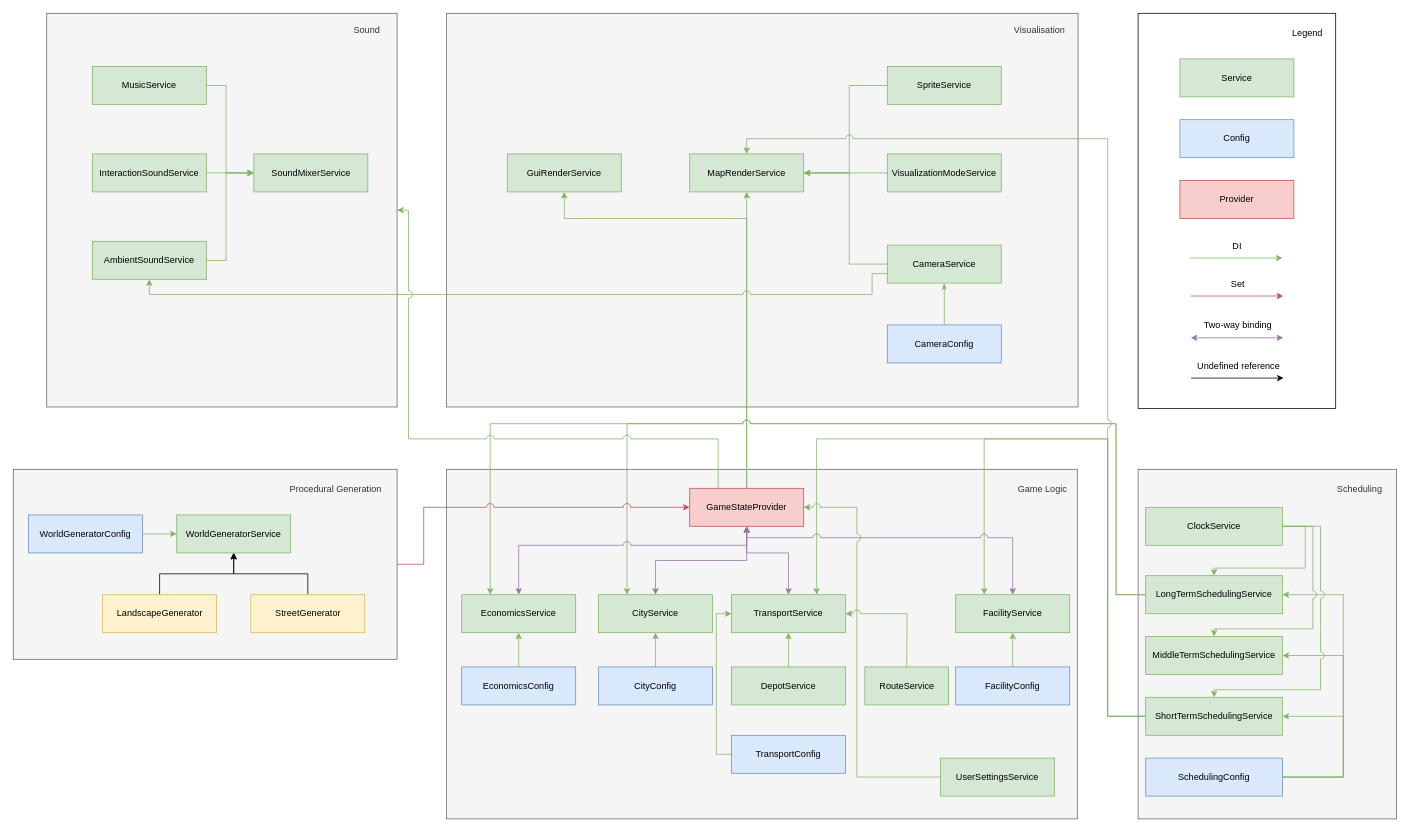
Before: uml/model.drawio in dinomintstudio/transportflow, a draw.io diagram. Source tidied: cells renumbered, new cells numbered last; positions are measured from the earlier drawing's top-left corner, leaving out a move shared by most shapes. Both pictures are drawn from the tidied source at 76%, with x=0, y=0 at pixel (13, 13).
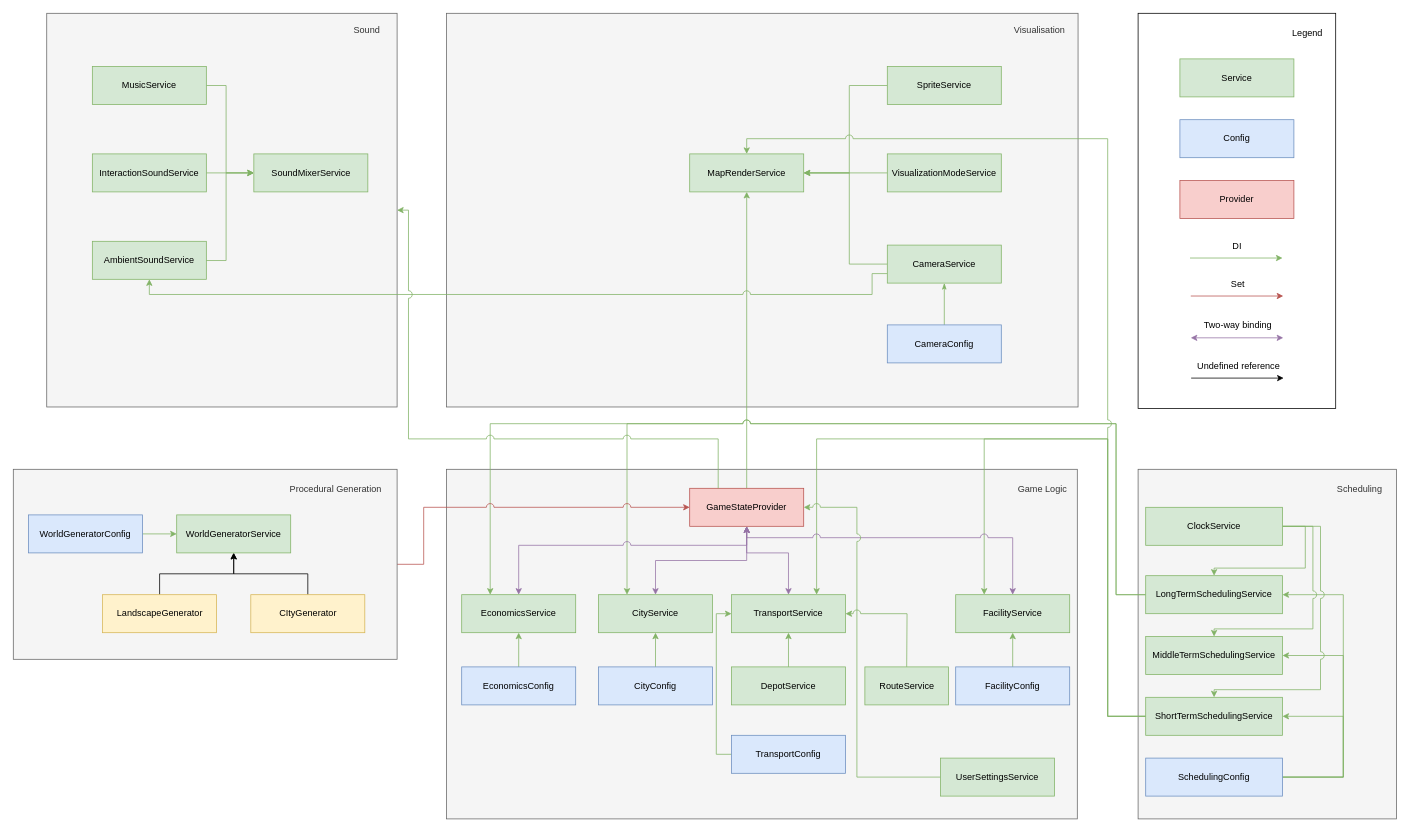
The same diagram, later.

The change refers to these unchanged cells:
```xml
<mxCell id="7" value="GameStateProvider" style="rounded=0;whiteSpace=wrap;html=1;fillColor=#f8cecc;strokeColor=#b85450;" parent="1" vertex="1">
  <mxGeometry x="890" y="625" width="150" height="50" as="geometry" />
</mxCell>
```

The edit, as a diff of the source:
```diff
@@
-    <mxCell id="6" style="edgeStyle=orthogonalEdgeStyle;rounded=0;jumpStyle=arc;jumpSize=10;jettySize=auto;html=1;entryX=0.5;entryY=1;entryDx=0;entryDy=0;fillColor=#d5e8d4;strokeColor=#82b366;" parent="1" edge="1" source="7" target="86">
-      <mxGeometry relative="1" as="geometry">
-        <Array as="points">
-          <mxPoint x="965" y="270" />
-          <mxPoint x="725" y="270" />
-        </Array>
-      </mxGeometry>
-    </mxCell>
@@
-    <mxCell id="56" value="StreetGenerator" style="rounded=0;whiteSpace=wrap;html=1;fillColor=#fff2cc;strokeColor=#d6b656;" parent="1" vertex="1">
+    <mxCell id="56" value="CItyGenerator" style="rounded=0;whiteSpace=wrap;html=1;fillColor=#fff2cc;strokeColor=#d6b656;" parent="1" vertex="1">
       <mxGeometry x="312.5" y="765" width="150" height="50" as="geometry" />
     </mxCell>
@@
-    <mxCell id="86" value="GuiRenderService" style="rounded=0;whiteSpace=wrap;html=1;fillColor=#d5e8d4;strokeColor=#82b366;" parent="1" vertex="1">
-      <mxGeometry x="650" y="185" width="150" height="50" as="geometry" />
-    </mxCell>
```
